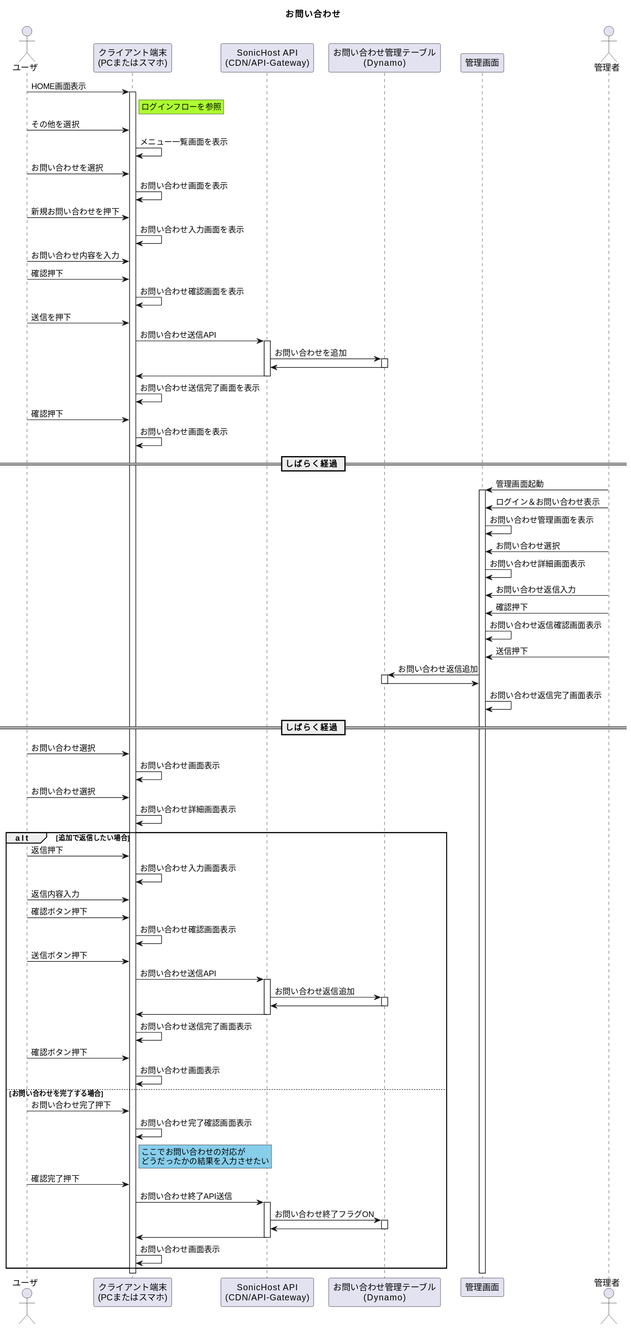
Sonic-Host/documents keeps this PlantUML diagram as 01_Sequences/99_Others/02_Contact/contactFlow.svg. Above is the earlier version.
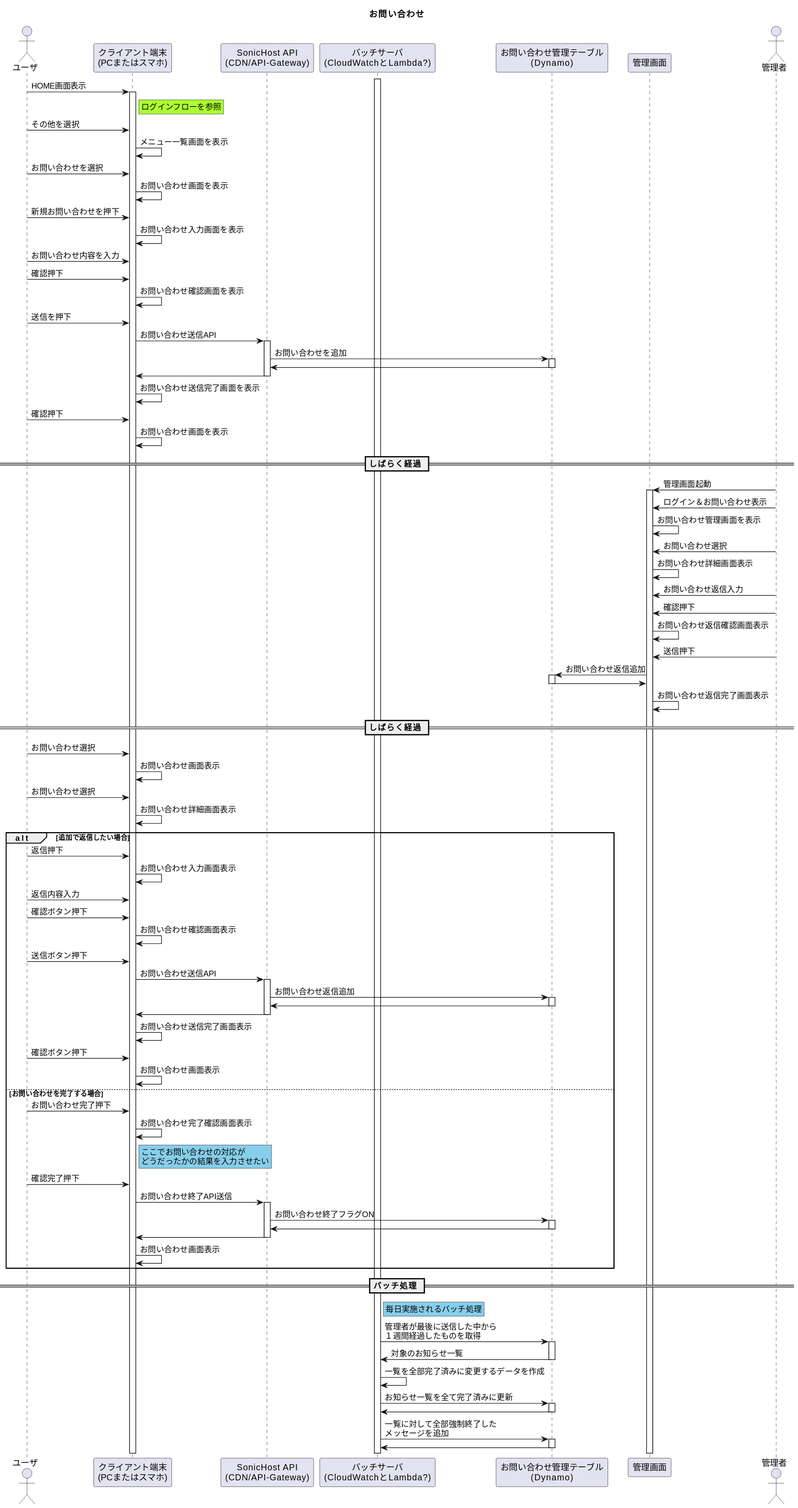
Above is the later version.

The edit, as a diff of the source:
```diff
@@ -4,6 +4,8 @@
 actor "ユーザ" as user
 participant "クライアント端末\n(PCまたはスマホ)" as device
 participant "SonicHost API\n(CDN/API-Gateway)" as api
+
+participant "バッチサーバ\n(CloudWatchとLambda?)" as batch
 
 participant "お問い合わせ管理テーブル\n(Dynamo)" as dynamo
 participant "管理画面" as adminApp
@@ -80,4 +82,17 @@
     device <- api --
     device -> device : お問い合わせ画面表示
 end
+
+== バッチ処理 ==
+rnote right of batch #SkyBlue
+    毎日実施されるバッチ処理
+end note
+activate batch
+batch -> dynamo ++ : 管理者が最後に送信した中から\n１週間経過したものを取得
+batch <- dynamo -- : 対象のお知らせ一覧
+batch -> batch : 一覧を全部完了済みに変更するデータを作成
+batch -> dynamo ++ : お知らせ一覧を全て完了済みに更新
+batch <- dynamo --
+batch -> dynamo ++ : 一覧に対して全部強制終了した\nメッセージを追加
+batch <- dynamo --
 @enduml
```
